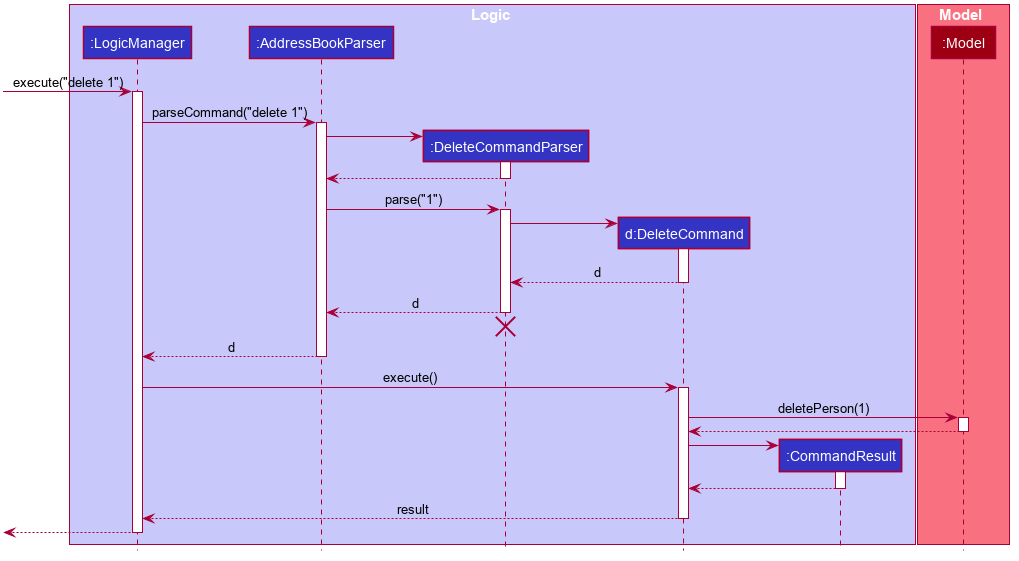
This is docs/images/DeleteSequenceDiagram.png from nus-cs2103-AY2223S2/tp, a PlantUML export, as it was before one commit.
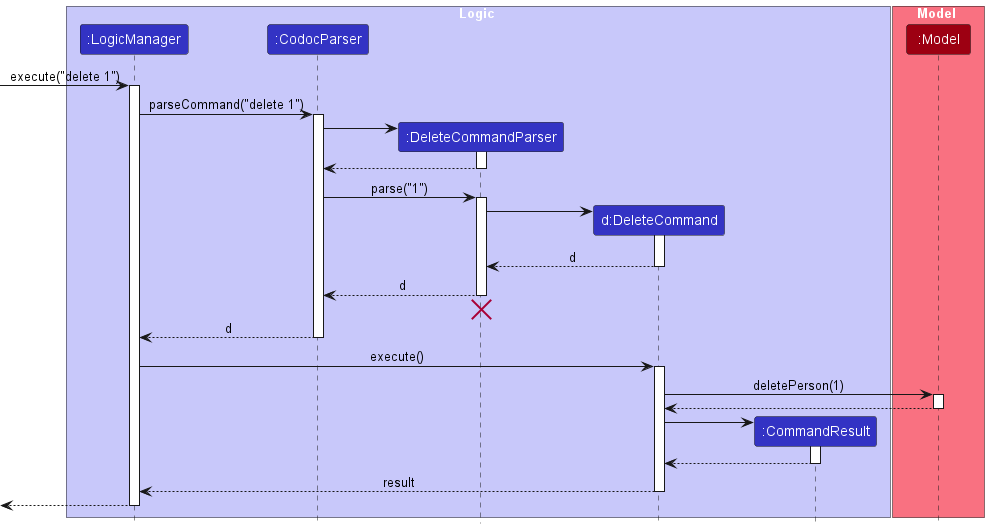
Above is the later version.

The edit, as a diff of the source:
```diff
@@ -1,79 +1,32 @@
 @startuml
+!include style.puml
 
-
-
-
-
-
-
-
-skinparam BackgroundColor #FFFFFFF
-
-skinparam Shadowing false
-
-skinparam Class {
-    FontColor #FFFFFF
-    BorderThickness 1
-    BorderColor #FFFFFF
-    StereotypeFontColor #FFFFFF
-    FontName Arial
-}
-
-skinparam Actor {
-    BorderColor #000000
-    Color #000000
-    FontName Arial
-}
-
-skinparam Sequence {
-    MessageAlign center
-    BoxFontSize 15
-    BoxPadding 0
-    BoxFontColor #FFFFFF
-    FontName Arial
-}
-
-skinparam Participant {
-    FontColor #FFFFFFF
-    Padding 20
-}
-
-skinparam MinClassWidth 50
-skinparam ParticipantPadding 10
-skinparam Shadowing false
-skinparam DefaultTextAlignment center
-skinparam packageStyle Rectangle
-
-hide footbox
-hide members
-hide circle
-
-box Logic #C8C8FA
-participant ":LogicManager" as LogicManager #3333C4
-participant ":AddressBookParser" as AddressBookParser #3333C4
-participant ":DeleteCommandParser" as DeleteCommandParser #3333C4
-participant "d:DeleteCommand" as DeleteCommand #3333C4
-participant ":CommandResult" as CommandResult #3333C4
+box Logic LOGIC_COLOR_T1
+participant ":LogicManager" as LogicManager LOGIC_COLOR
+participant ":CodocParser" as CodocParser LOGIC_COLOR
+participant ":DeleteCommandParser" as DeleteCommandParser LOGIC_COLOR
+participant "d:DeleteCommand" as DeleteCommand LOGIC_COLOR
+participant ":CommandResult" as CommandResult LOGIC_COLOR
 end box
 
-box Model #F97181
-participant ":Model" as Model #9D0012
+box Model MODEL_COLOR_T1
+participant ":Model" as Model MODEL_COLOR
 end box
 
 [-> LogicManager : execute("delete 1")
 activate LogicManager
 
-LogicManager -> AddressBookParser : parseCommand("delete 1")
-activate AddressBookParser
+LogicManager -> CodocParser : parseCommand("delete 1")
+activate CodocParser
 
 create DeleteCommandParser
-AddressBookParser -> DeleteCommandParser
+CodocParser -> DeleteCommandParser
 activate DeleteCommandParser
 
-DeleteCommandParser --> AddressBookParser
+DeleteCommandParser --> CodocParser
 deactivate DeleteCommandParser
 
-AddressBookParser -> DeleteCommandParser : parse("1")
+CodocParser -> DeleteCommandParser : parse("1")
 activate DeleteCommandParser
 
 create DeleteCommand
@@ -83,13 +36,13 @@
 DeleteCommand --> DeleteCommandParser : d
 deactivate DeleteCommand
 
-DeleteCommandParser --> AddressBookParser : d
+DeleteCommandParser --> CodocParser : d
 deactivate DeleteCommandParser
-DeleteCommandParser -[hidden]-> AddressBookParser
+DeleteCommandParser -[hidden]-> CodocParser
 destroy DeleteCommandParser
 
-AddressBookParser --> LogicManager : d
-deactivate AddressBookParser
+CodocParser --> LogicManager : d
+deactivate CodocParser
 
 LogicManager -> DeleteCommand : execute()
 activate DeleteCommand
```
